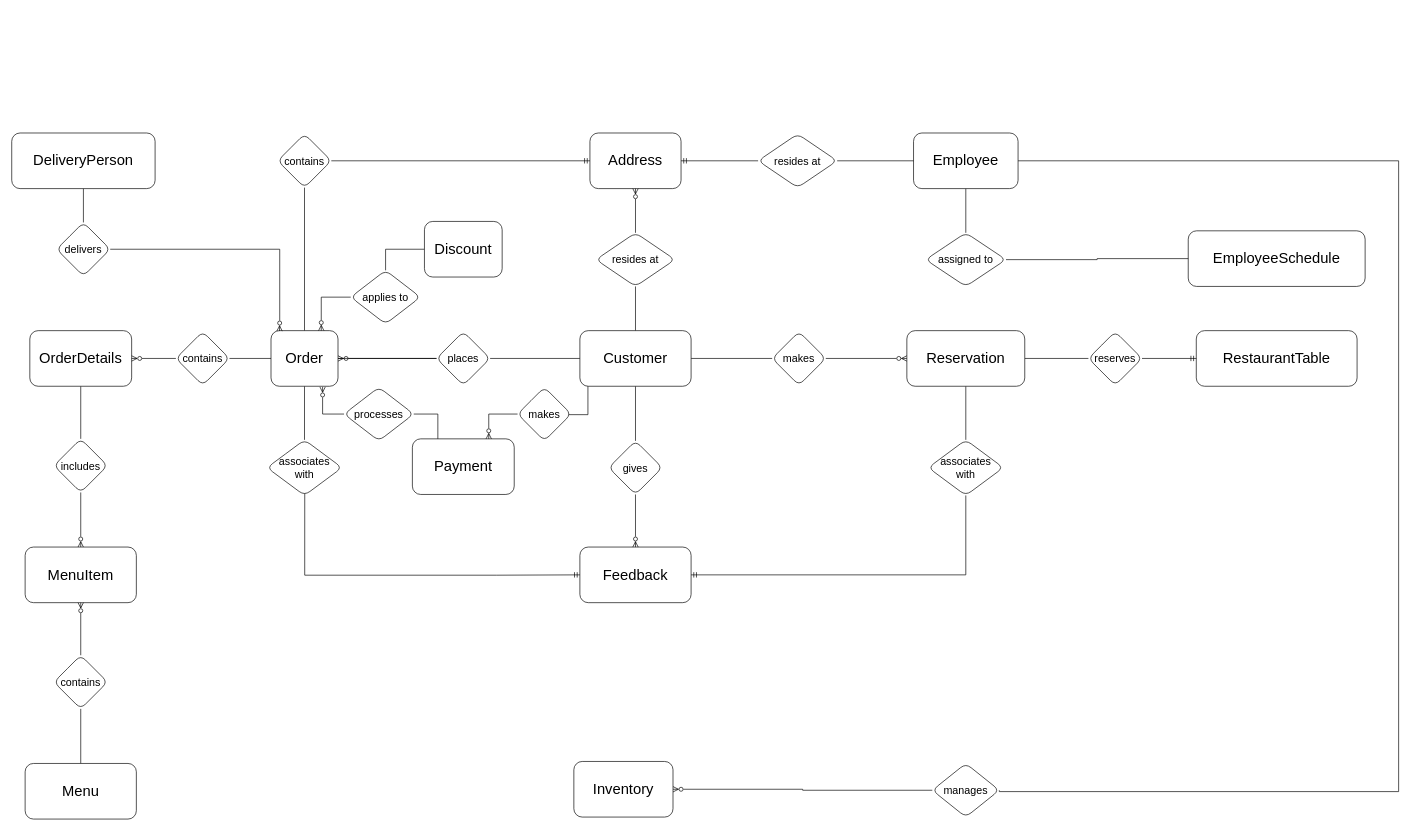
Before: ERD.drawio in KhangProton/ISYS3414-restaurant, a draw.io diagram. Source tidied: cells renumbered, new cells numbered last; positions are measured from the earlier drawing's top-left corner, leaving out a move shared by most shapes. Both pictures are drawn from the tidied source at 67%, with x=0, y=0 at pixel (11, 133).
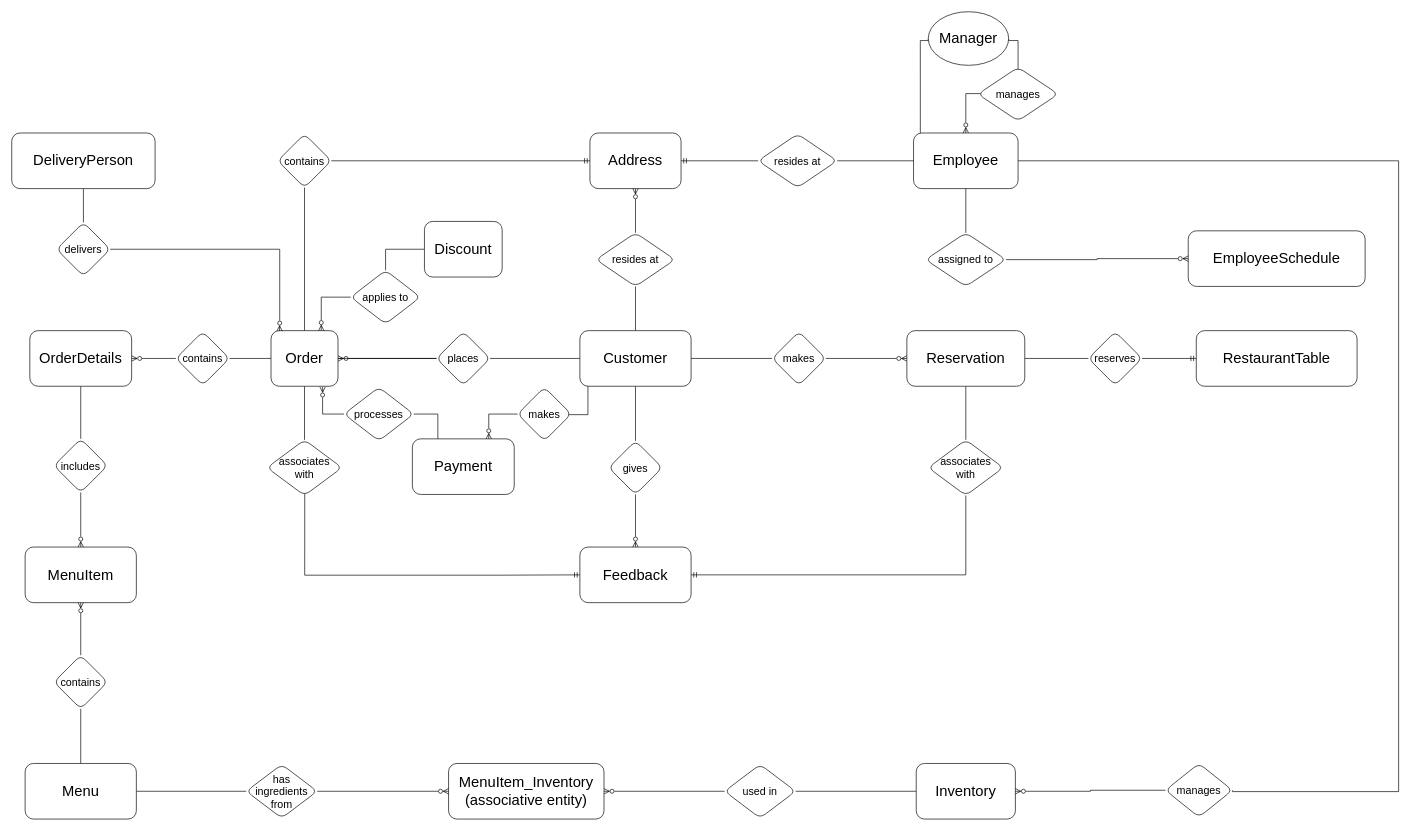
Above is the later version.

Commit message:
Finish ERD

The change refers to these unchanged cells:
```xml
<mxCell id="18" value="Menu" style="rounded=1;whiteSpace=wrap;fontSize=22;" parent="1" vertex="1">
  <mxGeometry x="20" y="941" width="166" height="83" as="geometry" />
</mxCell>
<mxCell id="27" value="Employee" style="rounded=1;whiteSpace=wrap;fontSize=22;" parent="1" vertex="1">
  <mxGeometry x="1346" width="156" height="83" as="geometry" />
</mxCell>
<mxCell id="29" value="EmployeeSchedule" style="rounded=1;whiteSpace=wrap;fontSize=22;" parent="1" vertex="1">
  <mxGeometry x="1756" y="146" width="264" height="83" as="geometry" />
</mxCell>
<mxCell id="71" value="assigned to" style="rhombus;whiteSpace=wrap;html=1;fontSize=16;rounded=1;" parent="1" vertex="1">
  <mxGeometry x="1364" y="149" width="120" height="80" as="geometry" />
</mxCell>
```

Change to the diagram source:
```diff
@@
+    <mxCell id="72" style="edgeStyle=orthogonalEdgeStyle;shape=connector;rounded=0;jettySize=auto;html=1;labelBackgroundColor=default;strokeColor=default;strokeWidth=1;fontFamily=Helvetica;fontSize=14;fontColor=default;endArrow=none;endFill=0;" parent="1" edge="1" source="18" target="81">
+      <mxGeometry relative="1" as="geometry" />
+    </mxCell>
@@
+    <mxCell id="73" style="edgeStyle=orthogonalEdgeStyle;shape=connector;rounded=0;jettySize=auto;html=1;exitX=0.065;exitY=0;exitDx=0;exitDy=0;entryX=0;entryY=0.5;entryDx=0;entryDy=0;labelBackgroundColor=default;strokeColor=default;strokeWidth=1;fontFamily=Helvetica;fontSize=14;fontColor=default;endArrow=none;endFill=0;exitPerimeter=0;" parent="1" edge="1" source="27" target="76">
+      <mxGeometry relative="1" as="geometry">
+        <Array as="points">
+          <mxPoint x="1356" y="-138" />
+        </Array>
+      </mxGeometry>
+    </mxCell>
@@
+    <mxCell id="74" style="edgeStyle=orthogonalEdgeStyle;shape=connector;rounded=0;jettySize=auto;html=1;exitX=0;exitY=0.5;exitDx=0;exitDy=0;entryX=1;entryY=0.5;entryDx=0;entryDy=0;labelBackgroundColor=default;strokeColor=default;strokeWidth=1;fontFamily=Helvetica;fontSize=14;fontColor=default;endArrow=none;endFill=0;" parent="1" edge="1" source="46" target="83">
+      <mxGeometry relative="1" as="geometry" />
+    </mxCell>
     <mxCell id="46" value="Inventory" style="rounded=1;whiteSpace=wrap;fontSize=22;" parent="1" vertex="1">
-      <mxGeometry x="839" y="938" width="148" height="83" as="geometry" />
+      <mxGeometry x="1350" y="941" width="148" height="83" as="geometry" />
     </mxCell>
@@
     <mxCell id="69" value="manages" style="rhombus;whiteSpace=wrap;html=1;fontSize=16;rounded=1;" parent="1" vertex="1">
-      <mxGeometry x="1374" y="941" width="100" height="80" as="geometry" />
+      <mxGeometry x="1722" y="941" width="100" height="80" as="geometry" />
     </mxCell>
-    <mxCell id="70" style="edgeStyle=orthogonalEdgeStyle;shape=connector;rounded=0;jettySize=auto;html=1;exitX=1;exitY=0.5;exitDx=0;exitDy=0;entryX=0;entryY=0.5;entryDx=0;entryDy=0;labelBackgroundColor=default;strokeColor=default;strokeWidth=1;fontFamily=Helvetica;fontSize=14;fontColor=default;endArrow=none;endFill=0;" parent="1" edge="1" source="71" target="29">
+    <mxCell id="70" style="edgeStyle=orthogonalEdgeStyle;shape=connector;rounded=0;jettySize=auto;html=1;exitX=1;exitY=0.5;exitDx=0;exitDy=0;entryX=0;entryY=0.5;entryDx=0;entryDy=0;labelBackgroundColor=default;strokeColor=default;strokeWidth=1;fontFamily=Helvetica;fontSize=14;fontColor=default;endArrow=ERzeroToMany;endFill=0;" parent="1" edge="1" source="71" target="29">
       <mxGeometry relative="1" as="geometry" />
     </mxCell>
@@
+    <mxCell id="75" style="edgeStyle=orthogonalEdgeStyle;shape=connector;rounded=0;jettySize=auto;html=1;exitX=1;exitY=0.5;exitDx=0;exitDy=0;entryX=0.5;entryY=0.039;entryDx=0;entryDy=0;labelBackgroundColor=default;strokeColor=default;strokeWidth=1;fontFamily=Helvetica;fontSize=14;fontColor=default;endArrow=none;endFill=0;entryPerimeter=0;" parent="1" edge="1" source="76" target="78">
+      <mxGeometry relative="1" as="geometry">
+        <Array as="points">
+          <mxPoint x="1502" y="-138" />
+        </Array>
+      </mxGeometry>
+    </mxCell>
+    <mxCell id="76" value="Manager" style="ellipse;whiteSpace=wrap;html=1;rounded=1;strokeColor=default;fontFamily=Helvetica;fontSize=22;fontColor=default;fillColor=default;" parent="1" vertex="1">
+      <mxGeometry x="1368" y="-181" width="120" height="80" as="geometry" />
+    </mxCell>
+    <mxCell id="77" style="edgeStyle=orthogonalEdgeStyle;shape=connector;rounded=0;jettySize=auto;html=1;exitX=0.035;exitY=0.49;exitDx=0;exitDy=0;labelBackgroundColor=default;strokeColor=default;strokeWidth=1;fontFamily=Helvetica;fontSize=14;fontColor=default;endArrow=ERzeroToMany;endFill=0;exitPerimeter=0;entryX=0.5;entryY=0;entryDx=0;entryDy=0;" parent="1" edge="1" source="78" target="27">
+      <mxGeometry relative="1" as="geometry">
+        <Array as="points">
+          <mxPoint x="1424" y="-59" />
+        </Array>
+      </mxGeometry>
+    </mxCell>
+    <mxCell id="78" value="manages" style="rhombus;whiteSpace=wrap;html=1;fontSize=16;rounded=1;" parent="1" vertex="1">
+      <mxGeometry x="1442" y="-98" width="120" height="80" as="geometry" />
+    </mxCell>
+    <mxCell id="79" value="MenuItem_Inventory&#10;(associative entity)" style="rounded=1;whiteSpace=wrap;fontSize=22;" parent="1" vertex="1">
+      <mxGeometry x="652" y="941" width="232" height="83" as="geometry" />
+    </mxCell>
+    <mxCell id="80" style="edgeStyle=orthogonalEdgeStyle;shape=connector;rounded=0;jettySize=auto;html=1;exitX=1;exitY=0.5;exitDx=0;exitDy=0;entryX=0;entryY=0.5;entryDx=0;entryDy=0;labelBackgroundColor=default;strokeColor=default;strokeWidth=1;fontFamily=Helvetica;fontSize=14;fontColor=default;endArrow=ERzeroToMany;endFill=0;" parent="1" edge="1" source="81" target="79">
+      <mxGeometry relative="1" as="geometry" />
+    </mxCell>
+    <mxCell id="81" value="has ingredients from" style="rhombus;whiteSpace=wrap;html=1;fontSize=16;rounded=1;" parent="1" vertex="1">
+      <mxGeometry x="350" y="942.5" width="106" height="80" as="geometry" />
+    </mxCell>
+    <mxCell id="82" style="edgeStyle=orthogonalEdgeStyle;shape=connector;rounded=0;jettySize=auto;html=1;exitX=0;exitY=0.5;exitDx=0;exitDy=0;entryX=1;entryY=0.5;entryDx=0;entryDy=0;labelBackgroundColor=default;strokeColor=default;strokeWidth=1;fontFamily=Helvetica;fontSize=14;fontColor=default;endArrow=ERzeroToMany;endFill=0;" parent="1" edge="1" source="83" target="79">
+      <mxGeometry relative="1" as="geometry" />
+    </mxCell>
+    <mxCell id="83" value="used in" style="rhombus;whiteSpace=wrap;html=1;fontSize=16;rounded=1;" parent="1" vertex="1">
+      <mxGeometry x="1064" y="942.5" width="106" height="80" as="geometry" />
+    </mxCell>
```
